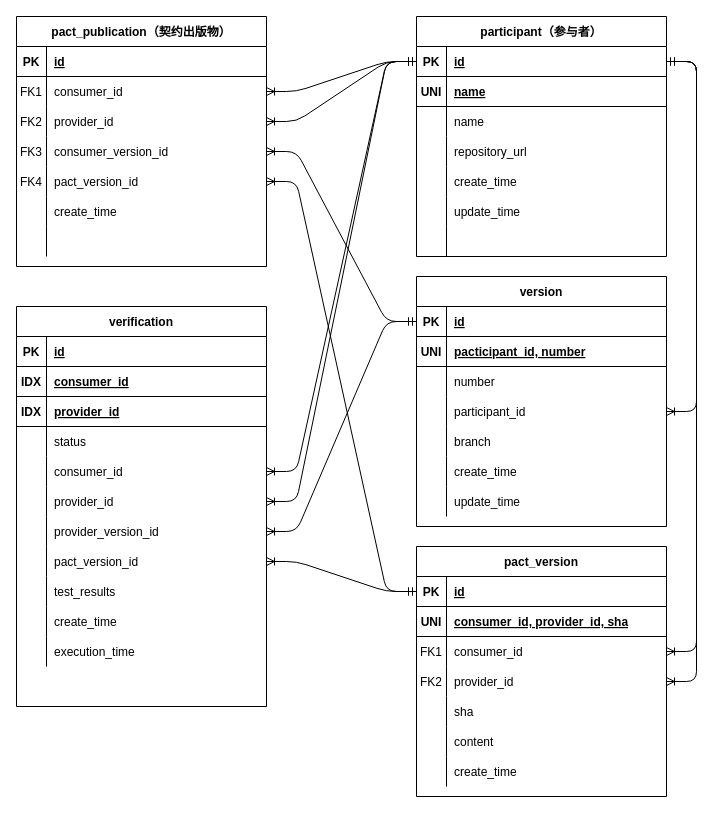
The draw.io diagram pact.drawio in panda-win/pact, before the edit. Source tidied: cells renumbered, new cells numbered last; positions are measured from the earlier drawing's top-left corner, leaving out a move shared by most shapes. Both pictures are drawn from the tidied source at 100%, with x=0, y=0 at pixel (16, 16).
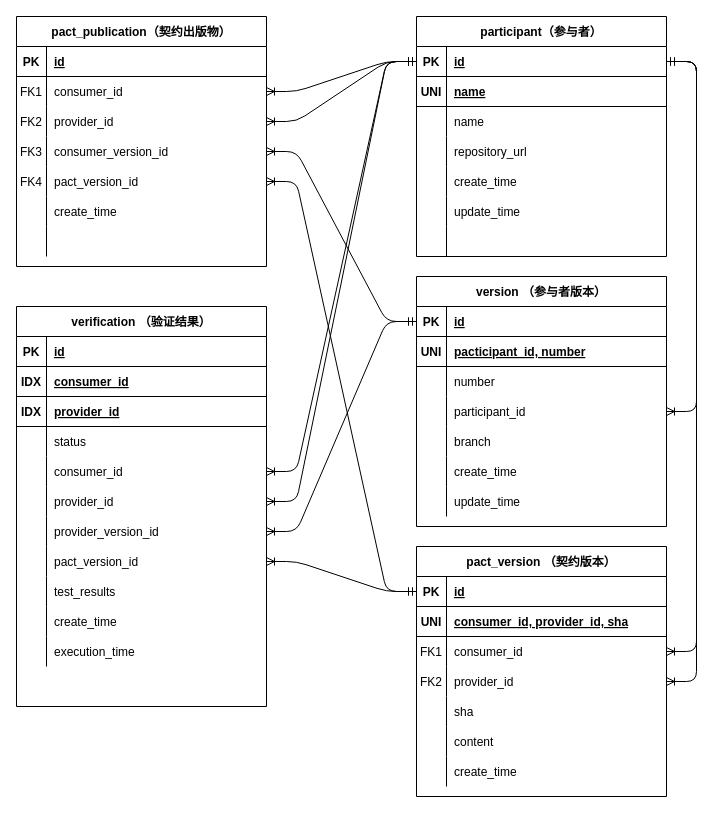
The same diagram, later.

The edit, as a diff of the source:
```diff
@@
-    <mxCell id="24" value="version" style="shape=table;startSize=30;childLayout=tableLayout;rowLines=0;fontStyle=1;align=center;" parent="1" vertex="1">
+    <mxCell id="24" value="version （参与者版本）" style="shape=table;startSize=30;childLayout=tableLayout;rowLines=0;fontStyle=1;align=center;" parent="1" vertex="1">
       <mxGeometry x="400" y="260" width="250" height="250" as="geometry" />
     </mxCell>
@@
-    <mxCell id="68" value="pact_version" style="shape=table;startSize=30;childLayout=tableLayout;rowLines=0;fontStyle=1;align=center;" parent="1" vertex="1">
+    <mxCell id="68" value="pact_version （契约版本）" style="shape=table;startSize=30;childLayout=tableLayout;rowLines=0;fontStyle=1;align=center;" parent="1" vertex="1">
       <mxGeometry x="400" y="530" width="250" height="250" as="geometry" />
     </mxCell>
@@
-    <mxCell id="95" value="verification" style="shape=table;startSize=30;childLayout=tableLayout;rowLines=0;fontStyle=1;align=center;" parent="1" vertex="1">
+    <mxCell id="95" value="verification （验证结果）" style="shape=table;startSize=30;childLayout=tableLayout;rowLines=0;fontStyle=1;align=center;" parent="1" vertex="1">
       <mxGeometry y="290" width="250" height="400" as="geometry" />
     </mxCell>
```
